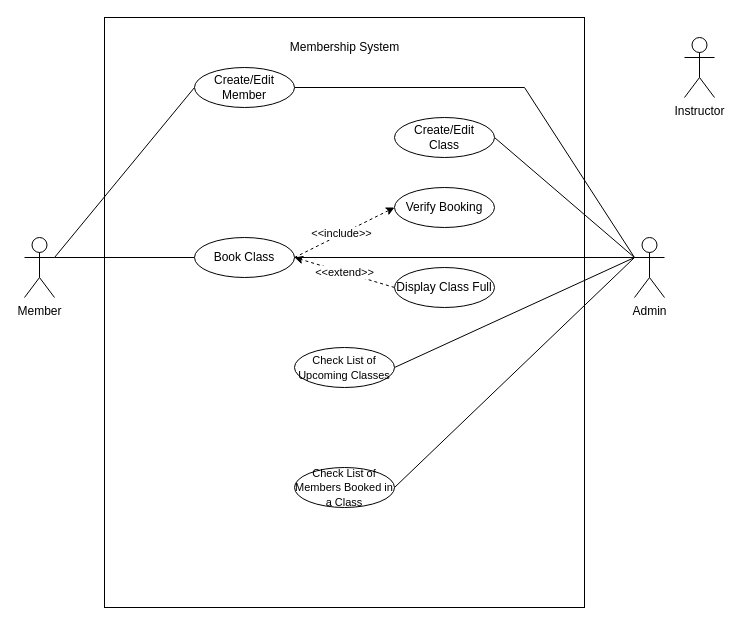
Before: Project_Documents/Use_Case_Diagram.drawio in Wellington-Black/Project_Web_Programming_with_Python, a draw.io diagram. Source tidied: cells renumbered, new cells numbered last; positions are measured from the earlier drawing's top-left corner, leaving out a move shared by most shapes. Both pictures are drawn from the tidied source at 100%, with x=0, y=0 at pixel (24, 17).
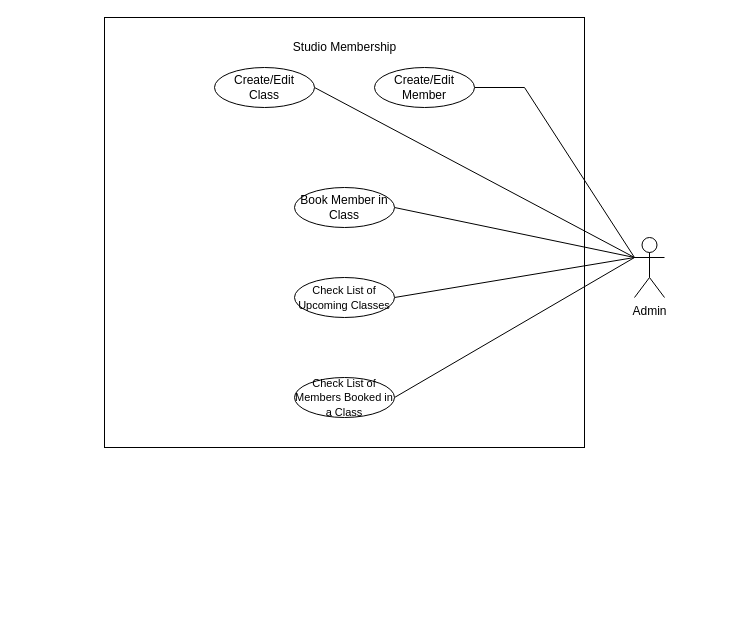
After the change.

Diff of the diagram source:
```diff
@@
     <mxCell id="2" style="rounded=0;whiteSpace=wrap;html=1;" parent="1" vertex="1">
-      <mxGeometry x="80" width="480" height="590" as="geometry" />
+      <mxGeometry x="80" width="480" height="430" as="geometry" />
     </mxCell>
-    <mxCell id="3" style="edgeStyle=none;rounded=0;jettySize=auto;html=1;entryX=0;entryY=0.5;entryDx=0;entryDy=0;startArrow=none;startFill=0;endArrow=none;endFill=0;strokeColor=#000000;exitX=1;exitY=0.3333333333333333;exitDx=0;exitDy=0;exitPerimeter=0;" parent="1" edge="1" source="5" target="16">
-      <mxGeometry relative="1" as="geometry" />
-    </mxCell>
-    <mxCell id="4" style="edgeStyle=none;rounded=0;jettySize=auto;html=1;entryX=0;entryY=0.5;entryDx=0;entryDy=0;startArrow=none;startFill=0;endArrow=none;endFill=0;strokeColor=#000000;exitX=1;exitY=0.3333333333333333;exitDx=0;exitDy=0;exitPerimeter=0;" parent="1" edge="1" source="5" target="17">
-      <mxGeometry relative="1" as="geometry" />
-    </mxCell>
-    <mxCell id="5" value="Member" style="shape=umlActor;html=1;verticalLabelPosition=bottom;verticalAlign=top;align=center;" parent="1" vertex="1">
-      <mxGeometry y="220" width="30" height="60" as="geometry" />
-    </mxCell>
-    <mxCell id="6" value="Instructor" style="shape=umlActor;html=1;verticalLabelPosition=bottom;verticalAlign=top;align=center;" parent="1" vertex="1">
-      <mxGeometry x="660" y="20" width="30" height="60" as="geometry" />
-    </mxCell>
@@
-    <mxCell id="13" value="Membership System" style="text;html=1;align=center;verticalAlign=middle;fillColor=none;strokeColor=none;rounded=0;" parent="1" vertex="1">
+    <mxCell id="13" value="Studio Membership" style="text;html=1;align=center;verticalAlign=middle;fillColor=none;strokeColor=none;rounded=0;" parent="1" vertex="1">
       <mxGeometry x="260" y="20" width="120" height="20" as="geometry" />
     </mxCell>
-    <mxCell id="14" style="edgeStyle=none;rounded=0;jettySize=auto;html=1;entryX=0;entryY=0.5;entryDx=0;entryDy=0;startArrow=none;startFill=0;endArrow=classic;endFill=1;strokeColor=#000000;dashed=1;exitX=1;exitY=0.5;exitDx=0;exitDy=0;" parent="1" edge="1" source="16" target="23">
-      <mxGeometry relative="1" as="geometry" />
-    </mxCell>
-    <mxCell id="15" value="&amp;lt;&amp;lt;include&amp;gt;&amp;gt;" style="edgeLabel;html=1;align=center;verticalAlign=middle;" parent="14" vertex="1">
-      <mxGeometry x="-0.05" y="1" relative="1" as="geometry" />
-    </mxCell>
-    <mxCell id="16" value="Book Class" style="ellipse;whiteSpace=wrap;html=1;" parent="1" vertex="1">
-      <mxGeometry x="170" y="220" width="100" height="40" as="geometry" />
+    <mxCell id="16" value="Book Member in Class" style="ellipse;whiteSpace=wrap;html=1;" parent="1" vertex="1">
+      <mxGeometry x="270" y="170" width="100" height="40" as="geometry" />
     </mxCell>
     <mxCell id="17" value="Create/Edit Member" style="ellipse;whiteSpace=wrap;html=1;" parent="1" vertex="1">
-      <mxGeometry x="170" y="50" width="100" height="40" as="geometry" />
+      <mxGeometry x="350" y="50" width="100" height="40" as="geometry" />
     </mxCell>
     <mxCell id="18" value="Create/Edit&lt;br&gt;Class" style="ellipse;whiteSpace=wrap;html=1;" parent="1" vertex="1">
-      <mxGeometry x="370" y="100" width="100" height="40" as="geometry" />
+      <mxGeometry x="190" y="50" width="100" height="40" as="geometry" />
     </mxCell>
     <mxCell id="19" value="&lt;font style=&quot;font-size: 11px&quot;&gt;Check List of Upcoming Classes&lt;/font&gt;" style="ellipse;whiteSpace=wrap;html=1;" parent="1" vertex="1">
-      <mxGeometry x="270" y="330" width="100" height="40" as="geometry" />
+      <mxGeometry x="270" y="260" width="100" height="40" as="geometry" />
     </mxCell>
     <mxCell id="20" value="&lt;font style=&quot;font-size: 11px&quot;&gt;Check List of Members Booked in a Class&lt;/font&gt;" style="ellipse;whiteSpace=wrap;html=1;" parent="1" vertex="1">
-      <mxGeometry x="270" y="450" width="100" height="40" as="geometry" />
+      <mxGeometry x="270" y="360" width="100" height="40" as="geometry" />
     </mxCell>
-    <mxCell id="21" value="&amp;lt;&amp;lt;extend&amp;gt;&amp;gt;" style="edgeStyle=none;rounded=0;jettySize=auto;html=1;entryX=1;entryY=0.5;entryDx=0;entryDy=0;dashed=1;startArrow=none;startFill=0;endArrow=classic;endFill=1;strokeColor=#000000;exitX=0;exitY=0.5;exitDx=0;exitDy=0;" parent="1" edge="1" source="22" target="16">
-      <mxGeometry relative="1" as="geometry" />
-    </mxCell>
-    <mxCell id="22" value="Display Class Full" style="ellipse;whiteSpace=wrap;html=1;" parent="1" vertex="1">
-      <mxGeometry x="370" y="250" width="100" height="40" as="geometry" />
-    </mxCell>
-    <mxCell id="23" value="Verify Booking" style="ellipse;whiteSpace=wrap;html=1;" parent="1" vertex="1">
-      <mxGeometry x="370" y="170" width="100" height="40" as="geometry" />
-    </mxCell>
```
